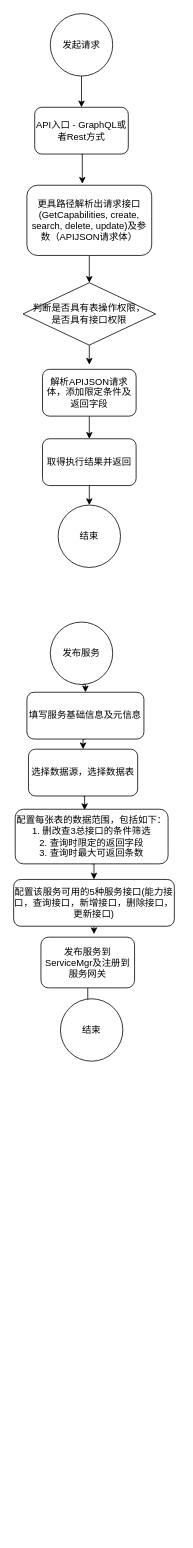
Above: graphql_service.drawio in CreajoyXu/test (draw.io), before the change. Source tidied: cells renumbered, new cells numbered last; positions are measured from the earlier drawing's top-left corner, leaving out a move shared by most shapes. Both pictures are drawn from the tidied source at 78%, with x=0, y=0 at pixel (13, 13).
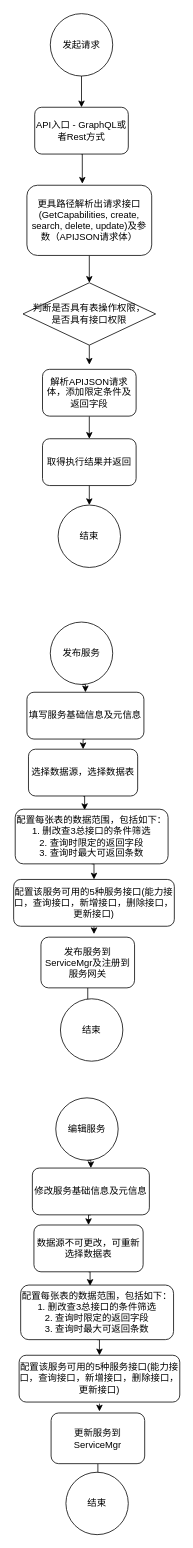
The same diagram, later.

What changed in the source:
```diff
@@
+    <mxCell id="28" style="edgeStyle=orthogonalEdgeStyle;rounded=0;jettySize=auto;html=1;exitX=0.5;exitY=1;exitDx=0;exitDy=0;entryX=0.5;entryY=0;entryDx=0;entryDy=0;shadow=0;" parent="1" edge="1" source="29" target="39">
+      <mxGeometry relative="1" as="geometry" />
+    </mxCell>
+    <mxCell id="29" value="编辑服务" style="ellipse;whiteSpace=wrap;html=1;shadow=0;" parent="1" vertex="1">
+      <mxGeometry x="54" y="1390" width="80" height="80" as="geometry" />
+    </mxCell>
+    <mxCell id="30" style="edgeStyle=orthogonalEdgeStyle;rounded=0;jettySize=auto;html=1;exitX=0.5;exitY=1;exitDx=0;exitDy=0;entryX=0.454;entryY=0.014;entryDx=0;entryDy=0;entryPerimeter=0;shadow=0;" parent="1" edge="1" source="31" target="33">
+      <mxGeometry relative="1" as="geometry" />
+    </mxCell>
+    <mxCell id="31" value="数据源不可更改，可重新选择数据表" style="rounded=1;whiteSpace=wrap;html=1;shadow=0;" parent="1" vertex="1">
+      <mxGeometry x="26" y="1553" width="140" height="60" as="geometry" />
+    </mxCell>
+    <mxCell id="32" style="edgeStyle=orthogonalEdgeStyle;rounded=0;jettySize=auto;html=1;exitX=0.5;exitY=1;exitDx=0;exitDy=0;entryX=0.5;entryY=0;entryDx=0;entryDy=0;shadow=0;" parent="1" edge="1" source="33" target="35">
+      <mxGeometry relative="1" as="geometry" />
+    </mxCell>
+    <mxCell id="33" value="配置每张表的数据范围，包括如下：&lt;br&gt;1. 删改查3总接口的条件筛选&lt;br&gt;2. 查询时限定的返回字段&lt;br&gt;3. 查询时最大可返回条数" style="rounded=1;whiteSpace=wrap;html=1;shadow=0;" parent="1" vertex="1">
+      <mxGeometry x="9" y="1630" width="196" height="70" as="geometry" />
+    </mxCell>
+    <mxCell id="34" style="edgeStyle=orthogonalEdgeStyle;rounded=0;orthogonalLoop=1;jettySize=auto;html=1;exitX=0.5;exitY=1;exitDx=0;exitDy=0;shadow=0;" parent="1" edge="1">
+      <mxGeometry relative="1" as="geometry">
+        <mxPoint x="110" y="1782" as="sourcePoint" />
+        <mxPoint x="110" y="1792" as="targetPoint" />
+      </mxGeometry>
+    </mxCell>
+    <mxCell id="35" value="配置该服务可用的5种服务接口(能力接口，查询接口，新增接口，删除接口，更新接口)" style="rounded=1;whiteSpace=wrap;html=1;shadow=0;" parent="1" vertex="1">
+      <mxGeometry x="7" y="1720" width="206" height="60" as="geometry" />
+    </mxCell>
+    <mxCell id="36" style="edgeStyle=orthogonalEdgeStyle;rounded=0;jettySize=auto;html=1;entryX=0.5;entryY=0;entryDx=0;entryDy=0;shadow=0;" parent="1" edge="1" source="37" target="40">
+      <mxGeometry relative="1" as="geometry" />
+    </mxCell>
+    <mxCell id="37" value="更新服务到ServiceMgr" style="rounded=1;whiteSpace=wrap;html=1;shadow=0;" parent="1" vertex="1">
+      <mxGeometry x="48" y="1794" width="120" height="65" as="geometry" />
+    </mxCell>
+    <mxCell id="38" style="edgeStyle=orthogonalEdgeStyle;rounded=0;jettySize=auto;html=1;exitX=0.5;exitY=1;exitDx=0;exitDy=0;entryX=0.5;entryY=0;entryDx=0;entryDy=0;shadow=0;" parent="1" edge="1" source="39" target="31">
+      <mxGeometry relative="1" as="geometry" />
+    </mxCell>
+    <mxCell id="39" value="修改服务基础信息及元信息" style="rounded=1;whiteSpace=wrap;html=1;shadow=0;" parent="1" vertex="1">
+      <mxGeometry x="24" y="1480" width="150" height="60" as="geometry" />
+    </mxCell>
+    <mxCell id="40" value="结束" style="ellipse;whiteSpace=wrap;html=1;shadow=0;" parent="1" vertex="1">
+      <mxGeometry x="67" y="1870" width="80" height="80" as="geometry" />
+    </mxCell>
```
